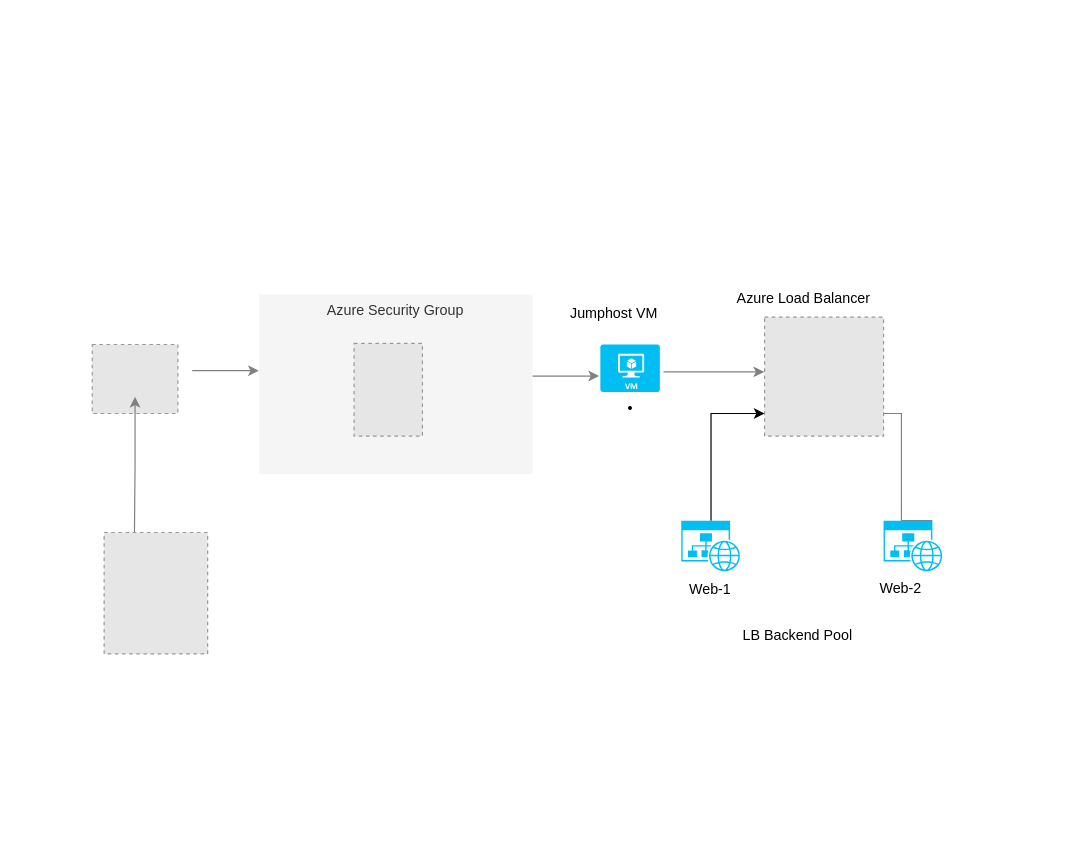
yanalxy/yana keeps this draw.io diagram as Untitled Diagram.drawio. Above is the earlier version. Source tidied: cells renumbered, new cells numbered last; positions are measured from the earlier drawing's top-left corner, leaving out a move shared by most shapes. Both pictures are drawn from the tidied source at 119%, with x=0, y=0 at pixel (92, 282). Pictures stored in the file or linked from it are replaced by grey dashed boxes.
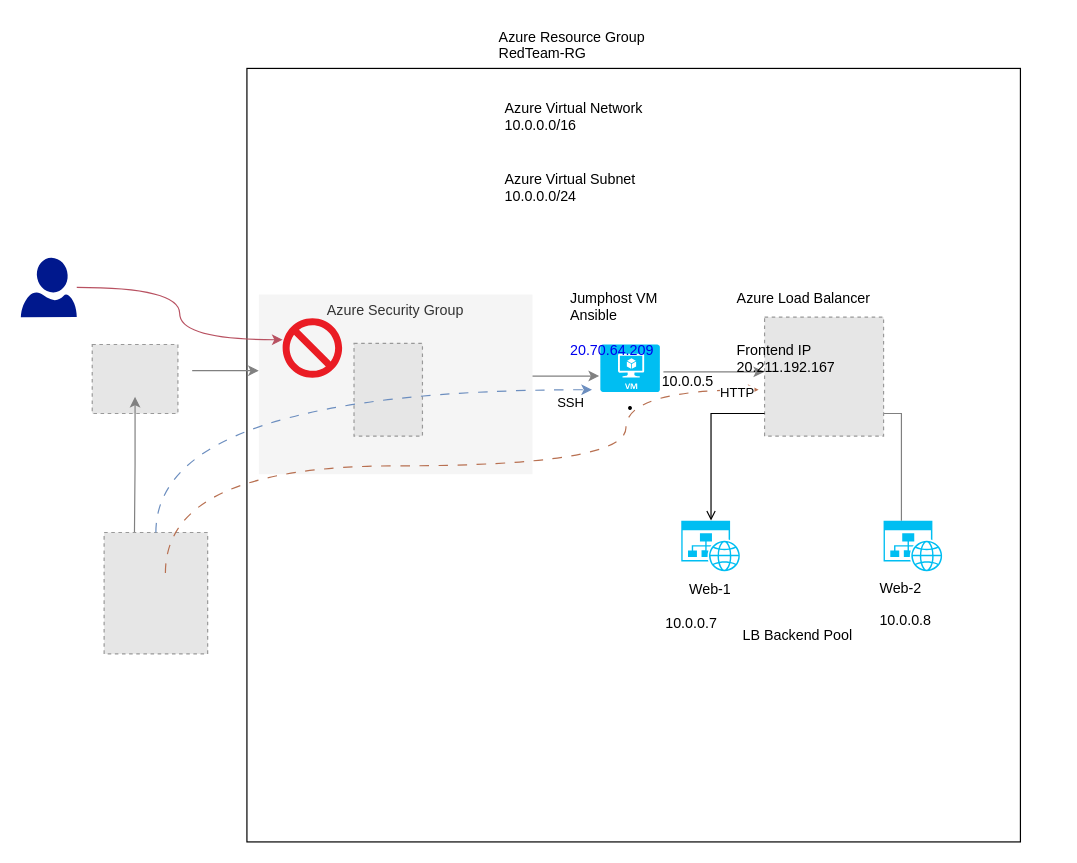
After the change.

The change refers to these unchanged cells:
```xml
<mxCell id="7" style="fillColor=#E6E6E6;strokeColor=#999999;dashed=1;verticalLabelPosition=bottom;labelBackgroundColor=#ffffff;verticalAlign=top;" parent="1" vertex="1">
  <mxGeometry x="10" y="210" width="87" height="102" as="geometry" />
</mxCell>
<mxCell id="10" style="fillColor=#E6E6E6;strokeColor=#999999;dashed=1;verticalLabelPosition=bottom;labelBackgroundColor=#ffffff;verticalAlign=top;" parent="1" vertex="1">
  <mxGeometry x="565" y="29" width="100" height="100" as="geometry" />
</mxCell>
<mxCell id="14" style="verticalLabelPosition=bottom;html=1;verticalAlign=top;align=center;strokeColor=none;fillColor=#00BEF2;shape=mxgraph.azure.website_generic;" parent="1" vertex="1">
  <mxGeometry x="495" y="200" width="50" height="42.5" as="geometry" />
</mxCell>
```

Diff of the diagram source:
```diff
@@
+    <mxCell id="22" style="whiteSpace=wrap;html=1;" parent="1" vertex="1">
+      <mxGeometry x="140" y="-120" width="560" height="560" as="geometry" />
+    </mxCell>
+    <mxCell id="23" style="whiteSpace=wrap;html=1;" parent="1" vertex="1">
+      <mxGeometry x="130" y="-180" width="650" height="650" as="geometry" />
+    </mxCell>
@@
-    <mxCell id="6" style="edgeStyle=orthogonalEdgeStyle;rounded=0;orthogonalLoop=1;jettySize=auto;html=1;exitX=0.364;exitY=0.004;exitDx=0;exitDy=0;exitPerimeter=0;strokeColor=#808080;" parent="1" edge="1">
+    <mxCell id="6" style="edgeStyle=orthogonalEdgeStyle;rounded=0;orthogonalLoop=1;jettySize=auto;html=1;strokeColor=#808080;startArrow=none;startFill=0;endArrow=none;endFill=0;" parent="1" edge="1">
       <mxGeometry relative="1" as="geometry">
-        <mxPoint x="706" y="200" as="sourcePoint" />
+        <mxPoint x="680" y="190" as="sourcePoint" />
         <mxPoint x="650" y="110" as="targetPoint" />
         <Array as="points">
           <mxPoint x="680" y="200" />
           <mxPoint x="680" y="110" />
         </Array>
       </mxGeometry>
     </mxCell>
@@
-    <mxCell id="13" style="edgeStyle=orthogonalEdgeStyle;rounded=0;jettySize=auto;html=1;" parent="1" edge="1" source="14" target="10">
+    <mxCell id="13" style="edgeStyle=orthogonalEdgeStyle;rounded=0;jettySize=auto;html=1;endArrow=none;endFill=0;startArrow=open;startFill=0;" parent="1" edge="1" source="14">
       <mxGeometry relative="1" as="geometry">
+        <mxPoint x="565" y="110" as="targetPoint" />
         <Array as="points">
           <mxPoint x="520" y="110" />
         </Array>
       </mxGeometry>
     </mxCell>
@@
-    <mxCell id="17" value="Azure Load Balancer" style="text;whiteSpace=wrap;html=1;" parent="1" vertex="1">
+    <mxCell id="17" value="Azure Load Balancer&lt;br&gt;&lt;br&gt;&lt;br&gt;Frontend IP&lt;br&gt;20.211.192.167&amp;nbsp;" style="text;whiteSpace=wrap;html=1;" parent="1" vertex="1">
       <mxGeometry x="540" width="150" height="40" as="geometry" />
     </mxCell>
-    <mxCell id="18" value="Jumphost VM" style="text;whiteSpace=wrap;html=1;" parent="1" vertex="1">
-      <mxGeometry x="400" y="12" width="150" height="40" as="geometry" />
+    <mxCell id="18" value="Jumphost VM&lt;br&gt;Ansible&lt;br&gt;&lt;br&gt;&lt;div style=&quot;font-weight: inherit; height: 35.2px; outline: none !important;&quot; class=&quot;azc-formElementSubLabelContainer&quot;&gt;&lt;div style=&quot;font-weight: inherit; height: 35.2px; outline: none !important;&quot; class=&quot;azc-formElementContainer&quot;&gt;&lt;a style=&quot;font-weight: inherit; text-decoration-line: none; cursor: pointer; outline: none !important;&quot; aria-label=&quot;20.70.64.209 Public IP address&quot; class=&quot;fxs-fxclick&quot; href=&quot;https://portal.azure.com/#&quot; tabindex=&quot;0&quot; aria-disabled=&quot;false&quot; role=&quot;link&quot; target=&quot;_blank&quot;&gt;20.70.64.209&lt;/a&gt;&lt;/div&gt;&lt;label style=&quot;font-weight: inherit; margin-top: 1px; float: right; margin-bottom: -1px; color: var(--colorTextPrimary); outline: none !important;&quot; aria-hidden=&quot;true&quot; class=&quot;azc-text-sublabel msportalfx-tooltip-overflow&quot;&gt;&lt;/label&gt;&lt;/div&gt;&lt;span style=&quot;color: rgb(41, 40, 39); font-family: az_ea_font, &amp;quot;Segoe UI&amp;quot;, az_font, system-ui, -apple-system, BlinkMacSystemFont, Roboto, Oxygen, Ubuntu, Cantarell, &amp;quot;Open Sans&amp;quot;, &amp;quot;Helvetica Neue&amp;quot;, sans-serif; font-size: 13px; background-color: rgb(255, 255, 255);&quot;&gt;&lt;/span&gt;" style="text;whiteSpace=wrap;html=1;" parent="1" vertex="1">
+      <mxGeometry x="400" width="150" height="40" as="geometry" />
     </mxCell>
@@
+    <mxCell id="24" value="&lt;br&gt;&lt;br&gt;&lt;div class=&quot;azc-formElementSubLabelContainer&quot; style=&quot;font-weight: inherit; height: 35.2px; outline: none !important;&quot;&gt;&lt;div class=&quot;azc-formElementContainer&quot; style=&quot;font-weight: inherit; height: 35.2px; outline: none !important;&quot;&gt;10.0.0.5&lt;/div&gt;&lt;label class=&quot;azc-text-sublabel msportalfx-tooltip-overflow&quot; aria-hidden=&quot;true&quot; style=&quot;font-weight: inherit; margin-top: 1px; float: right; margin-bottom: -1px; color: var(--colorTextPrimary); outline: none !important;&quot;&gt;&lt;/label&gt;&lt;/div&gt;&lt;span style=&quot;color: rgb(41, 40, 39); font-family: az_ea_font, &amp;quot;Segoe UI&amp;quot;, az_font, system-ui, -apple-system, BlinkMacSystemFont, Roboto, Oxygen, Ubuntu, Cantarell, &amp;quot;Open Sans&amp;quot;, &amp;quot;Helvetica Neue&amp;quot;, sans-serif; font-size: 13px; background-color: rgb(255, 255, 255);&quot;&gt;&lt;/span&gt;" style="text;whiteSpace=wrap;html=1;" parent="1" vertex="1">
+      <mxGeometry x="477" y="40" width="150" height="40" as="geometry" />
+    </mxCell>
+    <mxCell id="25" value="&lt;br&gt;&lt;br&gt;&lt;div class=&quot;azc-formElementSubLabelContainer&quot; style=&quot;font-weight: inherit; height: 35.2px; outline: none !important;&quot;&gt;&lt;div class=&quot;azc-formElementContainer&quot; style=&quot;font-weight: inherit; height: 35.2px; outline: none !important;&quot;&gt;10.0.0.7&lt;/div&gt;&lt;label class=&quot;azc-text-sublabel msportalfx-tooltip-overflow&quot; aria-hidden=&quot;true&quot; style=&quot;font-weight: inherit; margin-top: 1px; float: right; margin-bottom: -1px; color: var(--colorTextPrimary); outline: none !important;&quot;&gt;&lt;/label&gt;&lt;/div&gt;&lt;span style=&quot;color: rgb(41, 40, 39); font-family: az_ea_font, &amp;quot;Segoe UI&amp;quot;, az_font, system-ui, -apple-system, BlinkMacSystemFont, Roboto, Oxygen, Ubuntu, Cantarell, &amp;quot;Open Sans&amp;quot;, &amp;quot;Helvetica Neue&amp;quot;, sans-serif; font-size: 13px; background-color: rgb(255, 255, 255);&quot;&gt;&lt;/span&gt;" style="text;whiteSpace=wrap;html=1;" parent="1" vertex="1">
+      <mxGeometry x="480" y="244" width="150" height="40" as="geometry" />
+    </mxCell>
+    <mxCell id="26" value="&lt;br&gt;&lt;br&gt;&lt;div class=&quot;azc-formElementSubLabelContainer&quot; style=&quot;font-weight: inherit; height: 35.2px; outline: none !important;&quot;&gt;&lt;div class=&quot;azc-formElementContainer&quot; style=&quot;font-weight: inherit; height: 35.2px; outline: none !important;&quot;&gt;10.0.0.8&lt;/div&gt;&lt;label class=&quot;azc-text-sublabel msportalfx-tooltip-overflow&quot; aria-hidden=&quot;true&quot; style=&quot;font-weight: inherit; margin-top: 1px; float: right; margin-bottom: -1px; color: var(--colorTextPrimary); outline: none !important;&quot;&gt;&lt;/label&gt;&lt;/div&gt;&lt;span style=&quot;color: rgb(41, 40, 39); font-family: az_ea_font, &amp;quot;Segoe UI&amp;quot;, az_font, system-ui, -apple-system, BlinkMacSystemFont, Roboto, Oxygen, Ubuntu, Cantarell, &amp;quot;Open Sans&amp;quot;, &amp;quot;Helvetica Neue&amp;quot;, sans-serif; font-size: 13px; background-color: rgb(255, 255, 255);&quot;&gt;&lt;/span&gt;" style="text;whiteSpace=wrap;html=1;" parent="1" vertex="1">
+      <mxGeometry x="660" y="241" width="150" height="40" as="geometry" />
+    </mxCell>
+    <mxCell id="27" style="edgeStyle=orthogonalEdgeStyle;curved=1;rounded=0;jettySize=auto;html=1;dashed=1;dashPattern=8 8;fillColor=#dae8fc;strokeColor=#6c8ebf;" parent="1" edge="1" source="7">
+      <mxGeometry relative="1" as="geometry">
+        <mxPoint x="420" y="90" as="targetPoint" />
+        <Array as="points">
+          <mxPoint x="54" y="90" />
+        </Array>
+      </mxGeometry>
+    </mxCell>
+    <mxCell id="28" value="SSH" style="edgeLabel;html=1;align=center;verticalAlign=middle;" parent="27" vertex="1">
+      <mxGeometry x="0.78" y="3" relative="1" as="geometry">
+        <mxPoint x="35" y="13" as="offset" />
+      </mxGeometry>
+    </mxCell>
+    <mxCell id="29" style="edgeStyle=orthogonalEdgeStyle;curved=1;rounded=0;orthogonalLoop=1;jettySize=auto;html=1;dashed=1;dashPattern=8 8;fillColor=#f8cecc;strokeColor=#b87051;" parent="1" edge="1">
+      <mxGeometry relative="1" as="geometry">
+        <mxPoint x="61.5" y="244" as="sourcePoint" />
+        <mxPoint x="560" y="90" as="targetPoint" />
+        <Array as="points">
+          <mxPoint x="61.5" y="154" />
+          <mxPoint x="448.5" y="154" />
+        </Array>
+      </mxGeometry>
+    </mxCell>
+    <mxCell id="30" value="HTTP" style="edgeLabel;html=1;align=center;verticalAlign=middle;" parent="29" vertex="1">
+      <mxGeometry x="0.78" y="3" relative="1" as="geometry">
+        <mxPoint x="53" y="5" as="offset" />
+      </mxGeometry>
+    </mxCell>
+    <mxCell id="31" style="sketch=0;shadow=0;dashed=0;html=1;strokeColor=none;labelPosition=center;verticalLabelPosition=bottom;verticalAlign=top;align=center;shape=mxgraph.mscae.enterprise.not_allowed;fillColor=#EA1C24;" parent="1" vertex="1">
+      <mxGeometry x="160" y="30" width="50" height="50" as="geometry" />
+    </mxCell>
+    <mxCell id="32" style="sketch=0;shadow=0;dashed=0;html=1;strokeColor=none;labelPosition=center;verticalLabelPosition=bottom;verticalAlign=top;align=center;fillColor=#00188D;shape=mxgraph.azure.user;" parent="1" vertex="1">
+      <mxGeometry x="-60" y="-21" width="47" height="50" as="geometry" />
+    </mxCell>
+    <mxCell id="33" style="edgeStyle=orthogonalEdgeStyle;curved=1;rounded=0;jettySize=auto;html=1;entryX=0;entryY=0.36;entryDx=0;entryDy=0;entryPerimeter=0;fillColor=#f8cecc;strokeColor=#b85161;" parent="1" edge="1" source="32" target="31">
+      <mxGeometry relative="1" as="geometry" />
+    </mxCell>
+    <mxCell id="34" value="Azure Resource Group&lt;br&gt;RedTeam-RG" style="text;whiteSpace=wrap;html=1;" parent="1" vertex="1">
+      <mxGeometry x="340" y="-220" width="150" height="40" as="geometry" />
+    </mxCell>
+    <mxCell id="35" value="Azure Virtual Network 10.0.0.0/16" style="text;whiteSpace=wrap;html=1;" parent="1" vertex="1">
+      <mxGeometry x="345" y="-160" width="150" height="40" as="geometry" />
+    </mxCell>
+    <mxCell id="36" value="Azure Virtual Subnet 10.0.0.0/24" style="text;whiteSpace=wrap;html=1;" parent="1" vertex="1">
+      <mxGeometry x="345" y="-100" width="150" height="40" as="geometry" />
+    </mxCell>
```
